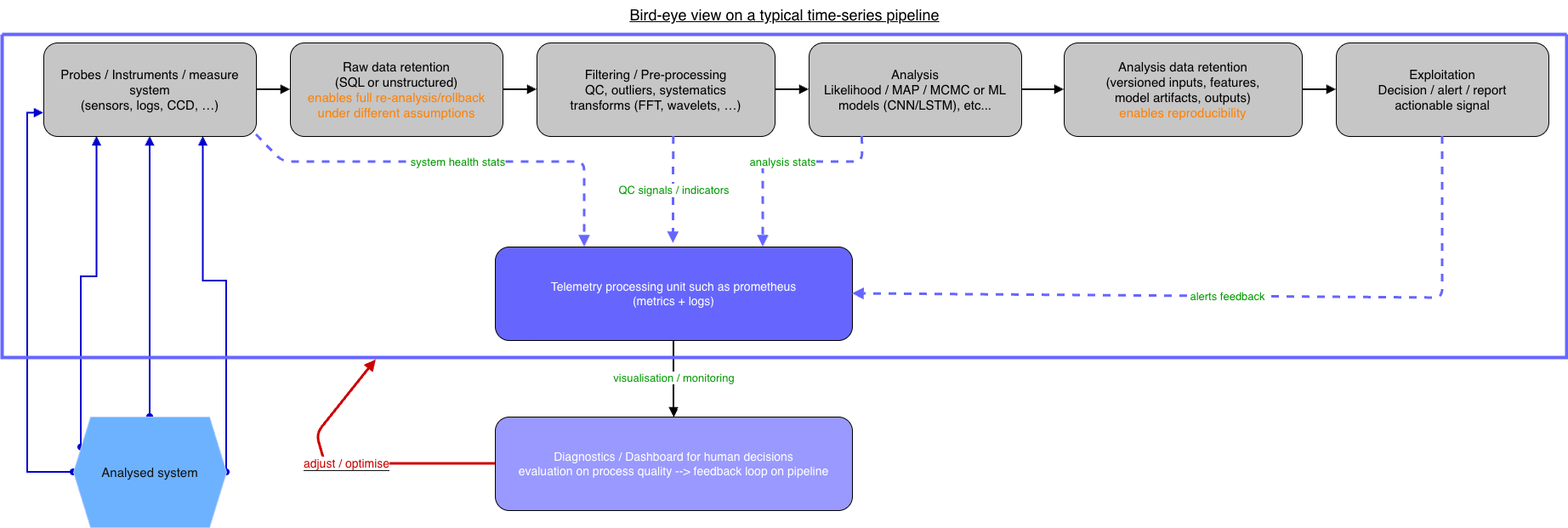
The draw.io diagram pipeline-colored.drawio.png in OthmanB/ressources, before a commit. Source tidied: cells renumbered, new cells last; positions are measured from the earlier drawing's top-left corner, leaving out a move shared by most shapes.
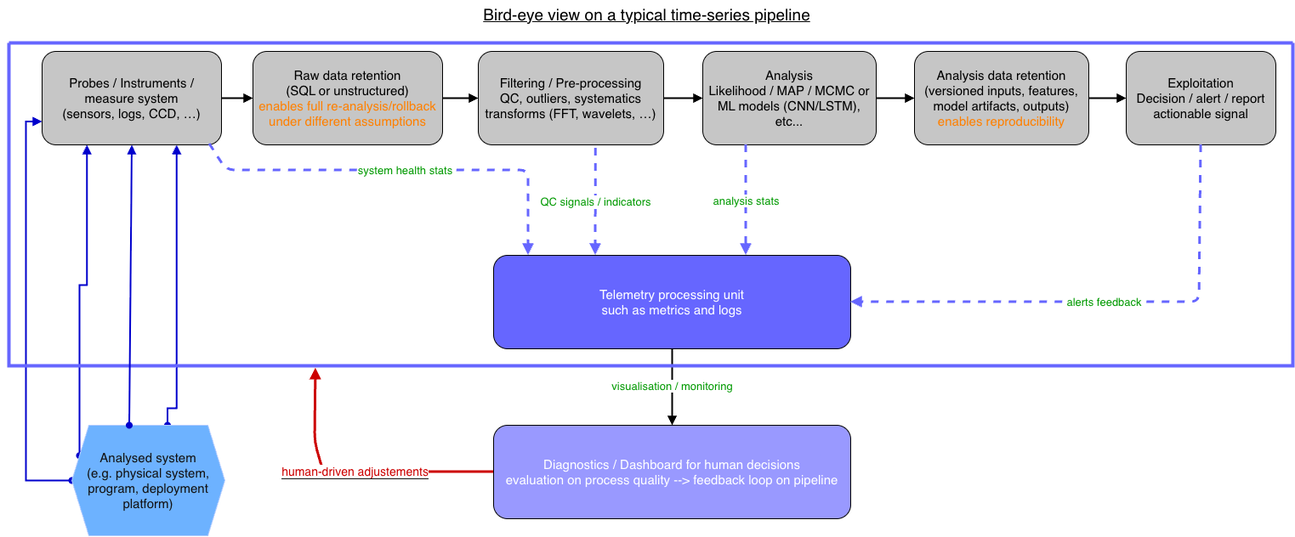
After the commit.

What changed in the source:
```diff
@@ -5,14 +5,11 @@
     <mxCell id="2" style="edgeStyle=orthogonalEdgeStyle;rounded=0;jettySize=auto;html=1;exitX=0.25;exitY=1;exitDx=0;exitDy=0;entryX=0;entryY=0.25;entryDx=0;entryDy=0;startArrow=block;startFill=1;strokeWidth=2;endArrow=oval;endFill=1;strokeColor=light-dark(#000000,#0000CC);" parent="1" edge="1" source="6" target="27">
       <mxGeometry relative="1" as="geometry" />
     </mxCell>
-    <mxCell id="3" style="edgeStyle=orthogonalEdgeStyle;rounded=0;jettySize=auto;html=1;exitX=0.5;exitY=1;exitDx=0;exitDy=0;entryX=0.5;entryY=0;entryDx=0;entryDy=0;endArrow=oval;endFill=1;startArrow=block;startFill=1;strokeWidth=2;strokeColor=light-dark(#000000,#0000CC);" parent="1" edge="1" source="6" target="27">
-      <mxGeometry relative="1" as="geometry" />
-    </mxCell>
-    <mxCell id="4" style="edgeStyle=orthogonalEdgeStyle;rounded=0;jettySize=auto;html=1;exitX=0.75;exitY=1;exitDx=0;exitDy=0;entryX=1;entryY=0.5;entryDx=0;entryDy=0;startArrow=block;startFill=1;endArrow=oval;endFill=1;strokeWidth=2;strokeColor=light-dark(#000000,#0000CC);" parent="1" edge="1" source="6" target="27">
+    <mxCell id="4" style="edgeStyle=orthogonalEdgeStyle;rounded=0;jettySize=auto;html=1;exitX=0.75;exitY=1;exitDx=0;exitDy=0;entryX=0.625;entryY=0;entryDx=0;entryDy=0;startArrow=block;startFill=1;endArrow=oval;endFill=1;strokeWidth=2;strokeColor=light-dark(#000000,#0000CC);" parent="1" edge="1" source="6" target="27">
       <mxGeometry relative="1" as="geometry">
         <Array as="points">
-          <mxPoint x="237" y="330" />
-          <mxPoint x="264" y="330" />
+          <mxPoint x="207" y="470" />
+          <mxPoint x="196" y="470" />
         </Array>
       </mxGeometry>
     </mxCell>
@@ -25,22 +22,22 @@
       </mxGeometry>
     </mxCell>
     <mxCell id="6" value="&lt;font style=&quot;color: light-dark(rgb(0, 0, 0), rgb(0, 0, 0)); font-size: 15px;&quot;&gt;Probes / Instruments / measure system&lt;br&gt;(sensors, logs, CCD, …)&lt;/font&gt;" style="rounded=1;whiteSpace=wrap;html=1;fillColor=light-dark(#FFFFFF,#C6C6C6);strokeColor=light-dark(#000000,#000000);fontSize=14;" parent="1" vertex="1">
-      <mxGeometry x="49" y="50" width="250" height="110" as="geometry" />
+      <mxGeometry x="49" y="50" width="211" height="110" as="geometry" />
     </mxCell>
     <mxCell id="7" value="&lt;font style=&quot;font-size: 15px;&quot;&gt;&lt;font style=&quot;color: light-dark(rgb(0, 0, 0), rgb(0, 0, 0));&quot;&gt;Raw data retention&lt;br&gt;(SQL or unstructured)&lt;/font&gt;&lt;br&gt;&lt;font style=&quot;color: light-dark(rgb(0, 0, 0), rgb(255, 128, 0));&quot;&gt;enables full re-analysis/rollback under different assumptions&lt;/font&gt;&lt;/font&gt;" style="rounded=1;whiteSpace=wrap;html=1;fillColor=light-dark(#FFFFFF,#C6C6C6);strokeColor=light-dark(#000000,#000000);fontSize=14;" parent="1" vertex="1">
-      <mxGeometry x="339" y="50" width="250" height="110" as="geometry" />
+      <mxGeometry x="297" y="50" width="223" height="110" as="geometry" />
     </mxCell>
     <mxCell id="8" value="&lt;font style=&quot;color: light-dark(rgb(0, 0, 0), rgb(0, 0, 0)); font-size: 15px;&quot;&gt;Filtering / Pre-processing&lt;br&gt;QC, outliers, systematics&lt;br&gt;transforms (FFT, wavelets, …)&lt;/font&gt;" style="rounded=1;whiteSpace=wrap;html=1;fillColor=light-dark(#FFFFFF,#C6C6C6);strokeColor=light-dark(#000000,#000000);fontSize=14;" parent="1" vertex="1">
-      <mxGeometry x="629" y="50" width="280" height="110" as="geometry" />
+      <mxGeometry x="562" y="50" width="218" height="110" as="geometry" />
     </mxCell>
     <mxCell id="9" value="&lt;font style=&quot;color: light-dark(rgb(0, 0, 0), rgb(0, 0, 0)); font-size: 15px;&quot;&gt;Analysis&lt;br&gt;Likelihood / MAP / MCMC or ML models (CNN/LSTM), etc...&lt;/font&gt;" style="rounded=1;whiteSpace=wrap;html=1;fillColor=light-dark(#FFFFFF,#C6C6C6);strokeColor=light-dark(#000000,#000000);fontSize=14;" parent="1" vertex="1">
-      <mxGeometry x="949" y="50" width="250" height="110" as="geometry" />
+      <mxGeometry x="826" y="50" width="204" height="110" as="geometry" />
     </mxCell>
     <mxCell id="10" value="&lt;font style=&quot;font-size: 15px;&quot;&gt;&lt;font style=&quot;color: light-dark(rgb(0, 0, 0), rgb(0, 0, 0));&quot;&gt;Analysis data retention&lt;br&gt;(versioned inputs, features,&lt;br&gt;model artifacts, outputs)&lt;/font&gt;&lt;br&gt;&lt;font style=&quot;color: light-dark(rgb(0, 0, 0), rgb(255, 128, 0));&quot;&gt;enables reproducibility&lt;/font&gt;&lt;/font&gt;" style="rounded=1;whiteSpace=wrap;html=1;fillColor=light-dark(#FFFFFF,#C6C6C6);strokeColor=light-dark(#000000,#000000);fontSize=14;" parent="1" vertex="1">
-      <mxGeometry x="1249" y="50" width="280" height="110" as="geometry" />
+      <mxGeometry x="1075" y="50" width="205" height="110" as="geometry" />
     </mxCell>
     <mxCell id="11" value="&lt;font style=&quot;color: light-dark(rgb(0, 0, 0), rgb(0, 0, 0)); font-size: 15px;&quot;&gt;Exploitation&lt;br&gt;Decision / alert / report&lt;br&gt;actionable signal&lt;/font&gt;" style="rounded=1;whiteSpace=wrap;html=1;fillColor=light-dark(#FFFFFF,#C6C6C6);strokeColor=light-dark(#000000,#000000);fontSize=14;" parent="1" vertex="1">
-      <mxGeometry x="1569" y="50" width="250" height="110" as="geometry" />
+      <mxGeometry x="1324" y="50" width="176" height="110" as="geometry" />
     </mxCell>
     <mxCell id="12" style="endArrow=block;endFill=1;strokeWidth=2;html=1;strokeColor=light-dark(#000000,#000000);" parent="1" edge="1" source="6" target="7">
       <mxGeometry relative="1" as="geometry" />
@@ -63,46 +60,28 @@
     <mxCell id="18" style="edgeStyle=orthogonalEdgeStyle;rounded=0;jettySize=auto;html=1;strokeColor=light-dark(#000000,#000000);" parent="1" edge="1" source="19" target="20">
       <mxGeometry relative="1" as="geometry" />
     </mxCell>
-    <mxCell id="19" value="Telemetry processing unit such as prometheus&lt;br&gt;(metrics + logs)" style="rounded=1;whiteSpace=wrap;html=1;fillColor=light-dark(#FFF2CC,#6666FF);strokeColor=light-dark(#000000,#000000);fontSize=14;" parent="1" vertex="1">
+    <mxCell id="19" value="&lt;font style=&quot;font-size: 15px;&quot;&gt;Telemetry processing unit&lt;br&gt;such as metrics and logs&lt;/font&gt;" style="rounded=1;whiteSpace=wrap;html=1;fillColor=light-dark(#FFF2CC,#6666FF);strokeColor=light-dark(#000000,#000000);fontSize=14;" parent="1" vertex="1">
       <mxGeometry x="580" y="290" width="420" height="110" as="geometry" />
     </mxCell>
-    <mxCell id="20" value="Diagnostics / Dashboard for human decisions&lt;br&gt;evaluation on process quality --&amp;gt; feedback loop on pipeline" style="rounded=1;whiteSpace=wrap;html=1;fillColor=light-dark(#DAE8FC,#9999FF);strokeColor=light-dark(#000000,#000000);fontSize=14;" parent="1" vertex="1">
+    <mxCell id="20" value="&lt;font style=&quot;font-size: 15px;&quot;&gt;Diagnostics / Dashboard for human decisions&lt;br&gt;evaluation on process quality --&amp;gt; feedback loop on pipeline&lt;/font&gt;" style="rounded=1;whiteSpace=wrap;html=1;fillColor=light-dark(#DAE8FC,#9999FF);strokeColor=light-dark(#000000,#000000);fontSize=14;" parent="1" vertex="1">
       <mxGeometry x="580" y="490" width="420" height="110" as="geometry" />
     </mxCell>
-    <mxCell id="21" value="&lt;font style=&quot;font-size: 13px; color: light-dark(rgb(0, 0, 0), rgb(0, 153, 0)); background-color: light-dark(rgb(255, 255, 255), rgb(255, 255, 255));&quot;&gt;system health stats&lt;/font&gt;" style="dashed=1;endArrow=block;endFill=1;strokeWidth=3;html=1;entryX=0.25;entryY=0;entryDx=0;entryDy=0;fillColor=#0050ef;strokeColor=light-dark(#000000,#6666FF);" parent="1" edge="1" target="19">
-      <mxGeometry x="0.01" relative="1" as="geometry">
-        <mxPoint x="299" y="158" as="sourcePoint" />
-        <Array as="points">
-          <mxPoint x="330" y="190" />
-          <mxPoint x="685" y="190" />
-        </Array>
-      </mxGeometry>
-    </mxCell>
-    <mxCell id="22" value="&lt;font style=&quot;font-size: 13px; background-color: light-dark(rgb(255, 255, 255), rgb(255, 255, 255)); color: light-dark(rgb(0, 0, 0), rgb(0, 153, 0));&quot;&gt;QC signals / indicators&lt;/font&gt;" style="dashed=1;endArrow=block;endFill=1;strokeWidth=3;html=1;fillColor=#0050ef;strokeColor=light-dark(#000000,#6666FF);exitX=0.25;exitY=1;exitDx=0;exitDy=0;" parent="1" edge="1">
-      <mxGeometry x="-0.01" relative="1" as="geometry">
-        <mxPoint x="789.7" y="160" as="sourcePoint" />
-        <mxPoint x="789.4" y="286" as="targetPoint" />
-      </mxGeometry>
-    </mxCell>
-    <mxCell id="23" value="&lt;font style=&quot;font-size: 13px; color: light-dark(rgb(0, 0, 0), rgb(0, 153, 0)); background-color: light-dark(rgb(255, 255, 255), rgb(255, 255, 255));&quot;&gt;analysis stats&lt;/font&gt;" style="dashed=1;endArrow=block;endFill=1;strokeWidth=3;html=1;exitX=0.25;exitY=1;exitDx=0;exitDy=0;entryX=0.75;entryY=0;entryDx=0;entryDy=0;strokeColor=light-dark(#000000,#6666FF);" parent="1" edge="1" source="9" target="19">
+    <mxCell id="23" value="&lt;font style=&quot;font-size: 13px; color: light-dark(rgb(0, 0, 0), rgb(0, 153, 0)); background-color: light-dark(rgb(255, 255, 255), rgb(255, 255, 255));&quot;&gt;analysis stats&lt;/font&gt;" style="dashed=1;endArrow=block;endFill=1;strokeWidth=3;html=1;exitX=0.25;exitY=1;exitDx=0;exitDy=0;strokeColor=light-dark(#000000,#6666FF);" parent="1" edge="1" source="9">
       <mxGeometry relative="1" as="geometry">
-        <Array as="points">
-          <mxPoint x="1012" y="190" />
-          <mxPoint x="895" y="190" />
-        </Array>
+        <mxPoint x="877" y="290" as="targetPoint" />
       </mxGeometry>
     </mxCell>
     <mxCell id="24" value="&lt;font style=&quot;font-size: 13px; color: light-dark(rgb(0, 0, 0), rgb(0, 153, 0)); background-color: light-dark(rgb(255, 255, 255), rgb(255, 255, 255));&quot;&gt;alerts feedback&lt;/font&gt;" style="dashed=1;endArrow=block;endFill=1;strokeWidth=3;html=1;entryX=1;entryY=0.5;entryDx=0;entryDy=0;exitX=0.5;exitY=1;exitDx=0;exitDy=0;strokeColor=light-dark(#000000,#6666FF);" parent="1" edge="1" source="11" target="19">
       <mxGeometry relative="1" as="geometry">
         <Array as="points">
-          <mxPoint x="1694" y="350" />
+          <mxPoint x="1410" y="345" />
         </Array>
       </mxGeometry>
     </mxCell>
     <mxCell id="25" value="&lt;font style=&quot;font-size: 13px; color: light-dark(rgb(0, 0, 0), rgb(0, 153, 0)); background-color: light-dark(rgb(255, 255, 255), rgb(255, 255, 255));&quot;&gt;visualisation / monitoring&lt;/font&gt;" style="endArrow=block;endFill=1;strokeWidth=2;html=1;strokeColor=light-dark(#000000,#000000);" parent="1" edge="1" source="19" target="20">
       <mxGeometry x="-0.01" relative="1" as="geometry" />
     </mxCell>
-    <mxCell id="26" value="&lt;font style=&quot;font-size: 14px; color: light-dark(rgb(255, 255, 255), rgb(204, 0, 0)); background-color: light-dark(rgb(255, 255, 255), rgb(255, 255, 255));&quot;&gt;adjust / optimise&lt;/font&gt;" style="strokeColor=light-dark(#D79B00,#CC0000);strokeWidth=3;endArrow=block;endFill=1;html=1;entryX=0.239;entryY=1.007;entryDx=0;entryDy=0;entryPerimeter=0;" parent="1" edge="1" target="28">
+    <mxCell id="26" value="&lt;font style=&quot;font-size: 14px; color: light-dark(rgb(255, 255, 255), rgb(204, 0, 0)); background-color: light-dark(rgb(255, 255, 255), rgb(255, 255, 255));&quot;&gt;human-driven adjustements&lt;/font&gt;" style="strokeColor=light-dark(#FFFFFF,#CC0000);strokeWidth=3;endArrow=block;endFill=1;html=1;entryX=0.239;entryY=1.007;entryDx=0;entryDy=0;entryPerimeter=0;" parent="1" edge="1" target="28">
       <mxGeometry relative="1" as="geometry">
         <mxPoint x="580" y="545" as="sourcePoint" />
         <Array as="points">
@@ -111,14 +90,32 @@
         </Array>
       </mxGeometry>
     </mxCell>
-    <mxCell id="27" value="&lt;font style=&quot;font-size: 15px;&quot;&gt;Analysed system&lt;/font&gt;" style="shape=hexagon;perimeter=hexagonPerimeter2;whiteSpace=wrap;html=1;fixedSize=1;fillColor=#0050ef;fontColor=#ffffff;strokeColor=#001DBC;" parent="1" vertex="1">
+    <mxCell id="27" value="&lt;div&gt;&lt;span style=&quot;font-size: 15px;&quot;&gt;Analysed system&lt;/span&gt;&lt;/div&gt;&lt;div&gt;&lt;span style=&quot;font-size: 15px;&quot;&gt;(e.g. physical system, program, deployment platform)&lt;/span&gt;&lt;/div&gt;" style="shape=hexagon;perimeter=hexagonPerimeter2;whiteSpace=wrap;html=1;fixedSize=1;fillColor=#0050ef;fontColor=#ffffff;strokeColor=#001DBC;" parent="1" vertex="1">
       <mxGeometry x="84" y="490" width="180" height="130" as="geometry" />
     </mxCell>
     <mxCell id="28" style="swimlane;startSize=0;strokeWidth=4;strokeColor=light-dark(#000000,#6666FF);" parent="1" vertex="1">
-      <mxGeometry y="40" width="1840" height="380" as="geometry" />
+      <mxGeometry x="10" y="40" width="1510" height="380" as="geometry" />
     </mxCell>
+    <mxCell id="21" value="&lt;font style=&quot;font-size: 13px; color: light-dark(rgb(0, 0, 0), rgb(0, 153, 0)); background-color: light-dark(rgb(255, 255, 255), rgb(255, 255, 255));&quot;&gt;system health stats&lt;/font&gt;" style="dashed=1;endArrow=block;endFill=1;strokeWidth=3;html=1;entryX=0.25;entryY=0;entryDx=0;entryDy=0;fillColor=#0050ef;strokeColor=light-dark(#000000,#6666FF);exitX=0.934;exitY=0.991;exitDx=0;exitDy=0;exitPerimeter=0;" parent="28" edge="1" source="6">
+      <mxGeometry x="0.01" relative="1" as="geometry">
+        <mxPoint x="611" y="250" as="targetPoint" />
+        <Array as="points">
+          <mxPoint x="256" y="150" />
+          <mxPoint x="611" y="150" />
+        </Array>
+      </mxGeometry>
+    </mxCell>
+    <mxCell id="22" value="&lt;font style=&quot;font-size: 13px; background-color: light-dark(rgb(255, 255, 255), rgb(255, 255, 255)); color: light-dark(rgb(0, 0, 0), rgb(0, 153, 0));&quot;&gt;QC signals / indicators&lt;/font&gt;" style="dashed=1;endArrow=block;endFill=1;strokeWidth=3;html=1;fillColor=#0050ef;strokeColor=light-dark(#000000,#6666FF);exitX=0.25;exitY=1;exitDx=0;exitDy=0;" parent="28" edge="1">
+      <mxGeometry relative="1" as="geometry">
+        <mxPoint x="690.3" y="124" as="sourcePoint" />
+        <mxPoint x="690" y="250" as="targetPoint" />
+      </mxGeometry>
+    </mxCell>
-    <mxCell id="29" value="&lt;font style=&quot;color: light-dark(rgb(0, 0, 0), rgb(0, 0, 0)); font-size: 18px;&quot;&gt;&lt;u&gt;Bird-eye view on a typical t&lt;font style=&quot;&quot;&gt;ime-series pipeline&lt;/font&gt;&lt;/u&gt;&lt;/font&gt;" style="text;html=1;strokeColor=none;fillColor=none;fontSize=13;align=center;" parent="1" vertex="1">
-      <mxGeometry width="1840" height="60" as="geometry" />
+    <mxCell id="29" value="&lt;font style=&quot;color: light-dark(rgb(0, 0, 0), rgb(0, 0, 0)); font-size: 19px;&quot;&gt;&lt;u style=&quot;&quot;&gt;Bird-eye view on a typical t&lt;font style=&quot;&quot;&gt;ime-series pipeline&lt;/font&gt;&lt;/u&gt;&lt;/font&gt;" style="text;html=1;strokeColor=none;fillColor=none;fontSize=13;align=center;" parent="1" vertex="1">
+      <mxGeometry y="-11" width="1520" height="60" as="geometry" />
     </mxCell>
+    <mxCell id="30" style="endArrow=block;html=1;rounded=0;entryX=0.5;entryY=1;entryDx=0;entryDy=0;exitX=0.375;exitY=0;exitDx=0;exitDy=0;strokeWidth=2;strokeColor=light-dark(#000000,#0000CC);startArrow=oval;startFill=1;endFill=1;" parent="1" edge="1" source="27" target="6">
+      <mxGeometry relative="1" as="geometry" />
+    </mxCell>
   </root>
 </mxGraphModel>
```
